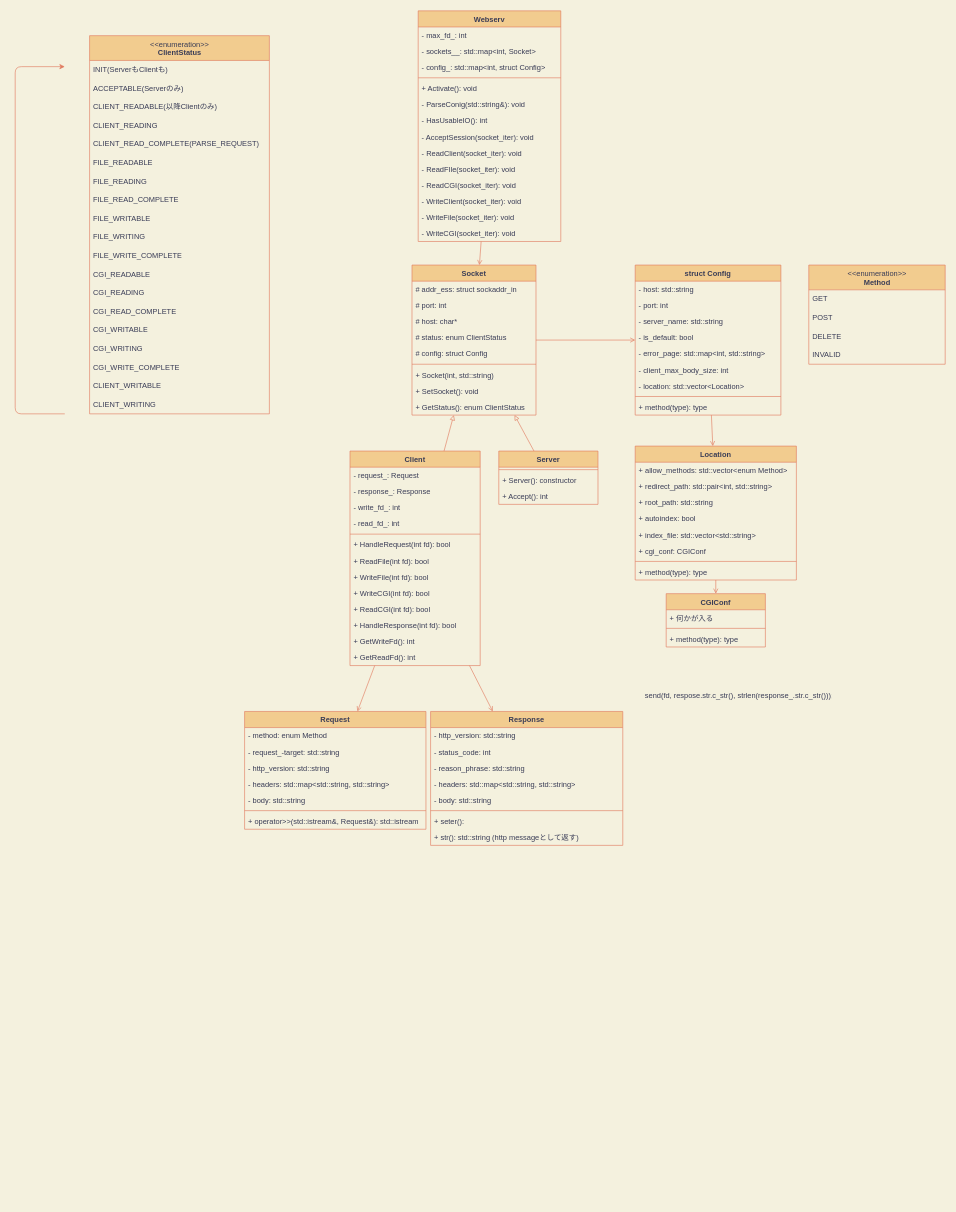
Above: docs/classes.dio in tkomatsu/webserv (draw.io), before the change. Source tidied: cells renumbered, new cells numbered last; positions are measured from the earlier drawing's top-left corner, leaving out a move shared by most shapes. Both pictures are drawn from the tidied source at 62%, with x=0, y=0 at pixel (15, 11).
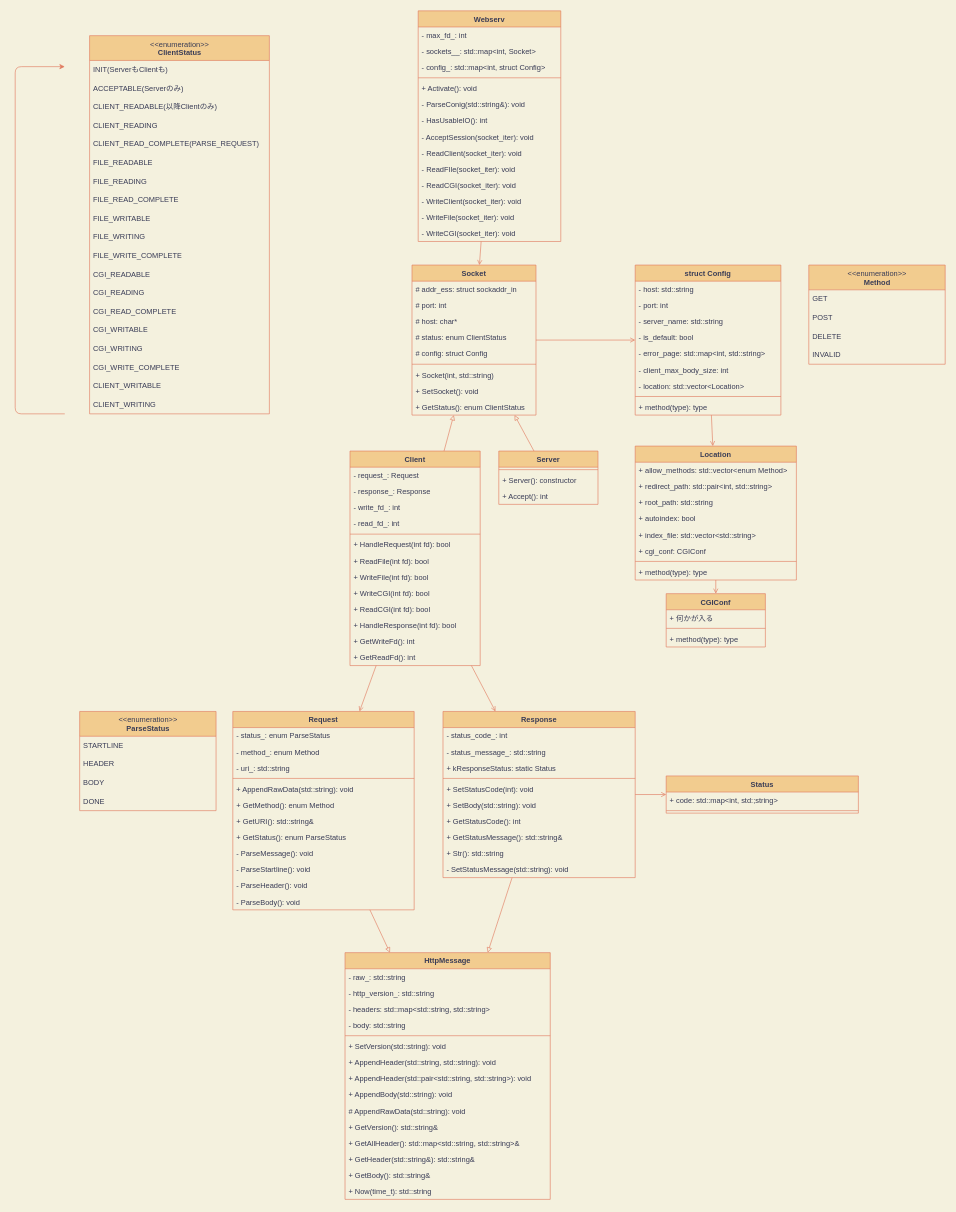
Above is the later version.

Commit message (it also covers changes not shown here):
docs(classes.dio): fix HttpMessage, Request ans Response classes

Diff of the diagram source:
```diff
@@
     <mxCell id="12" value="Request" style="swimlane;fontStyle=1;align=center;verticalAlign=top;horizontal=1;startSize=26;fillColor=#F2CC8F;strokeColor=#E07A5F;fontColor=#393C56;" parent="1" vertex="1">
-      <mxGeometry x="370" y="1130" width="292.5" height="190" as="geometry" />
+      <mxGeometry x="351" y="1130" width="292.5" height="320" as="geometry" />
     </mxCell>
-    <mxCell id="13" value="- method: enum Method" style="text;strokeColor=none;fillColor=none;align=left;verticalAlign=top;spacingLeft=4;spacingRight=4;overflow=hidden;fontColor=#393C56;" parent="12" vertex="1">
+    <mxCell id="13" value="- status_: enum ParseStatus" style="text;strokeColor=none;fillColor=none;align=left;verticalAlign=top;spacingLeft=4;spacingRight=4;overflow=hidden;fontColor=#393C56;" parent="12" vertex="1">
       <mxGeometry y="26" width="292.5" height="26" as="geometry" />
     </mxCell>
-    <mxCell id="14" value="- request_-target: std::string" style="text;strokeColor=none;fillColor=none;align=left;verticalAlign=top;spacingLeft=4;spacingRight=4;overflow=hidden;fontColor=#393C56;" parent="12" vertex="1">
+    <mxCell id="14" value="- method_: enum Method" style="text;strokeColor=none;fillColor=none;align=left;verticalAlign=top;spacingLeft=4;spacingRight=4;overflow=hidden;fontColor=#393C56;" parent="12" vertex="1">
       <mxGeometry y="52" width="292.5" height="26" as="geometry" />
     </mxCell>
-    <mxCell id="15" value="- http_version: std::string" style="text;strokeColor=none;fillColor=none;align=left;verticalAlign=top;spacingLeft=4;spacingRight=4;overflow=hidden;fontColor=#393C56;" parent="12" vertex="1">
+    <mxCell id="15" value="- uri_: std::string" style="text;strokeColor=none;fillColor=none;align=left;verticalAlign=top;spacingLeft=4;spacingRight=4;overflow=hidden;fontColor=#393C56;" parent="12" vertex="1">
       <mxGeometry y="78" width="292.5" height="26" as="geometry" />
     </mxCell>
-    <mxCell id="16" value="- headers: std::map&lt;std::string, std::string&gt;" style="text;strokeColor=none;fillColor=none;align=left;verticalAlign=top;spacingLeft=4;spacingRight=4;overflow=hidden;fontColor=#393C56;" parent="12" vertex="1">
-      <mxGeometry y="104" width="292.5" height="26" as="geometry" />
-    </mxCell>
-    <mxCell id="17" value="- body: std::string" style="text;strokeColor=none;fillColor=none;align=left;verticalAlign=top;spacingLeft=4;spacingRight=4;overflow=hidden;fontColor=#393C56;" parent="12" vertex="1">
-      <mxGeometry y="130" width="292.5" height="26" as="geometry" />
-    </mxCell>
     <mxCell id="18" style="line;strokeWidth=1;fillColor=none;align=left;verticalAlign=middle;spacingTop=-1;spacingLeft=3;spacingRight=3;labelPosition=right;labelBackgroundColor=#F4F1DE;strokeColor=#E07A5F;fontColor=#393C56;" parent="12" vertex="1">
-      <mxGeometry y="156" width="292.5" height="8" as="geometry" />
+      <mxGeometry y="104" width="292.5" height="8" as="geometry" />
     </mxCell>
+    <mxCell id="120" value="+ AppendRawData(std::string): void" style="text;strokeColor=none;fillColor=none;align=left;verticalAlign=top;spacingLeft=4;spacingRight=4;overflow=hidden;fontColor=#393C56;" parent="12" vertex="1">
+      <mxGeometry y="112" width="292.5" height="26" as="geometry" />
+    </mxCell>
+    <mxCell id="121" value="+ GetMethod(): enum Method" style="text;strokeColor=none;fillColor=none;align=left;verticalAlign=top;spacingLeft=4;spacingRight=4;overflow=hidden;fontColor=#393C56;" parent="12" vertex="1">
+      <mxGeometry y="138" width="292.5" height="26" as="geometry" />
+    </mxCell>
+    <mxCell id="122" value="+ GetURI(): std::string&amp;" style="text;strokeColor=none;fillColor=none;align=left;verticalAlign=top;spacingLeft=4;spacingRight=4;overflow=hidden;fontColor=#393C56;" parent="12" vertex="1">
+      <mxGeometry y="164" width="292.5" height="26" as="geometry" />
+    </mxCell>
+    <mxCell id="123" value="+ GetStatus(): enum ParseStatus" style="text;strokeColor=none;fillColor=none;align=left;verticalAlign=top;spacingLeft=4;spacingRight=4;overflow=hidden;fontColor=#393C56;" parent="12" vertex="1">
+      <mxGeometry y="190" width="292.5" height="26" as="geometry" />
+    </mxCell>
+    <mxCell id="124" value="- ParseMessage(): void" style="text;strokeColor=none;fillColor=none;align=left;verticalAlign=top;spacingLeft=4;spacingRight=4;overflow=hidden;fontColor=#393C56;" parent="12" vertex="1">
+      <mxGeometry y="216" width="292.5" height="26" as="geometry" />
+    </mxCell>
+    <mxCell id="125" value="- ParseStartline(): void" style="text;strokeColor=none;fillColor=none;align=left;verticalAlign=top;spacingLeft=4;spacingRight=4;overflow=hidden;fontColor=#393C56;" parent="12" vertex="1">
+      <mxGeometry y="242" width="292.5" height="26" as="geometry" />
+    </mxCell>
+    <mxCell id="126" value="- ParseHeader(): void" style="text;strokeColor=none;fillColor=none;align=left;verticalAlign=top;spacingLeft=4;spacingRight=4;overflow=hidden;fontColor=#393C56;" parent="12" vertex="1">
+      <mxGeometry y="268" width="292.5" height="26" as="geometry" />
+    </mxCell>
-    <mxCell id="19" value="+ operator&gt;&gt;(std::istream&amp;, Request&amp;): std::istream" style="text;strokeColor=none;fillColor=none;align=left;verticalAlign=top;spacingLeft=4;spacingRight=4;overflow=hidden;fontColor=#393C56;" parent="12" vertex="1">
-      <mxGeometry y="164" width="292.5" height="26" as="geometry" />
+    <mxCell id="19" value="- ParseBody(): void" style="text;strokeColor=none;fillColor=none;align=left;verticalAlign=top;spacingLeft=4;spacingRight=4;overflow=hidden;fontColor=#393C56;" parent="12" vertex="1">
+      <mxGeometry y="294" width="292.5" height="26" as="geometry" />
     </mxCell>
     <mxCell id="20" value="Response" style="swimlane;fontStyle=1;align=center;verticalAlign=top;horizontal=1;startSize=26;fillColor=#F2CC8F;strokeColor=#E07A5F;fontColor=#393C56;" parent="1" vertex="1">
-      <mxGeometry x="670" y="1130" width="310" height="216" as="geometry" />
+      <mxGeometry x="690" y="1130" width="310" height="268" as="geometry" />
     </mxCell>
-    <mxCell id="21" value="- http_version: std::string" style="text;strokeColor=none;fillColor=none;align=left;verticalAlign=top;spacingLeft=4;spacingRight=4;overflow=hidden;fontColor=#393C56;" parent="20" vertex="1">
-      <mxGeometry y="26" width="310" height="26" as="geometry" />
-    </mxCell>
-    <mxCell id="22" value="- status_code: int" style="text;strokeColor=none;fillColor=none;align=left;verticalAlign=top;spacingLeft=4;spacingRight=4;overflow=hidden;fontColor=#393C56;" parent="20" vertex="1">
-      <mxGeometry y="52" width="310" height="26" as="geometry" />
+    <mxCell id="22" value="- status_code_: int" style="text;strokeColor=none;fillColor=none;align=left;verticalAlign=top;spacingLeft=4;spacingRight=4;overflow=hidden;fontColor=#393C56;" parent="20" vertex="1">
+      <mxGeometry y="26" width="310" height="26" as="geometry" />
     </mxCell>
-    <mxCell id="23" value="- reason_phrase: std::string" style="text;strokeColor=none;fillColor=none;align=left;verticalAlign=top;spacingLeft=4;spacingRight=4;overflow=hidden;fontColor=#393C56;" parent="20" vertex="1">
-      <mxGeometry y="78" width="310" height="26" as="geometry" />
+    <mxCell id="23" value="- status_message_: std::string" style="text;strokeColor=none;fillColor=none;align=left;verticalAlign=top;spacingLeft=4;spacingRight=4;overflow=hidden;fontColor=#393C56;" parent="20" vertex="1">
+      <mxGeometry y="52" width="310" height="26" as="geometry" />
     </mxCell>
-    <mxCell id="24" value="- headers: std::map&lt;std::string, std::string&gt;" style="text;strokeColor=none;fillColor=none;align=left;verticalAlign=top;spacingLeft=4;spacingRight=4;overflow=hidden;fontColor=#393C56;" parent="20" vertex="1">
-      <mxGeometry y="104" width="310" height="26" as="geometry" />
-    </mxCell>
-    <mxCell id="25" value="- body: std::string" style="text;strokeColor=none;fillColor=none;align=left;verticalAlign=top;spacingLeft=4;spacingRight=4;overflow=hidden;fontColor=#393C56;" parent="20" vertex="1">
-      <mxGeometry y="130" width="310" height="26" as="geometry" />
-    </mxCell>
+    <mxCell id="127" value="+ kResponseStatus: static Status " style="text;strokeColor=none;fillColor=none;align=left;verticalAlign=top;spacingLeft=4;spacingRight=4;overflow=hidden;fontColor=#393C56;" parent="20" vertex="1">
+      <mxGeometry y="78" width="310" height="26" as="geometry" />
+    </mxCell>
     <mxCell id="26" style="line;strokeWidth=1;fillColor=none;align=left;verticalAlign=middle;spacingTop=-1;spacingLeft=3;spacingRight=3;labelPosition=right;labelBackgroundColor=#F4F1DE;strokeColor=#E07A5F;fontColor=#393C56;" parent="20" vertex="1">
-      <mxGeometry y="156" width="310" height="8" as="geometry" />
+      <mxGeometry y="104" width="310" height="8" as="geometry" />
     </mxCell>
-    <mxCell id="27" value="+ seter():" style="text;strokeColor=none;fillColor=none;align=left;verticalAlign=top;spacingLeft=4;spacingRight=4;overflow=hidden;fontColor=#393C56;" parent="20" vertex="1">
-      <mxGeometry y="164" width="310" height="26" as="geometry" />
+    <mxCell id="27" value="+ SetStatusCode(int): void" style="text;strokeColor=none;fillColor=none;align=left;verticalAlign=top;spacingLeft=4;spacingRight=4;overflow=hidden;fontColor=#393C56;" parent="20" vertex="1">
+      <mxGeometry y="112" width="310" height="26" as="geometry" />
     </mxCell>
+    <mxCell id="128" value="+ SetBody(std::string): void" style="text;strokeColor=none;fillColor=none;align=left;verticalAlign=top;spacingLeft=4;spacingRight=4;overflow=hidden;fontColor=#393C56;" parent="20" vertex="1">
+      <mxGeometry y="138" width="310" height="26" as="geometry" />
+    </mxCell>
+    <mxCell id="129" value="+ GetStatusCode(): int" style="text;strokeColor=none;fillColor=none;align=left;verticalAlign=top;spacingLeft=4;spacingRight=4;overflow=hidden;fontColor=#393C56;" parent="20" vertex="1">
+      <mxGeometry y="164" width="310" height="26" as="geometry" />
+    </mxCell>
+    <mxCell id="130" value="+ GetStatusMessage(): std::string&amp;" style="text;strokeColor=none;fillColor=none;align=left;verticalAlign=top;spacingLeft=4;spacingRight=4;overflow=hidden;fontColor=#393C56;" parent="20" vertex="1">
+      <mxGeometry y="190" width="310" height="26" as="geometry" />
+    </mxCell>
+    <mxCell id="131" value="+ Str(): std::string" style="text;strokeColor=none;fillColor=none;align=left;verticalAlign=top;spacingLeft=4;spacingRight=4;overflow=hidden;fontColor=#393C56;" parent="20" vertex="1">
+      <mxGeometry y="216" width="310" height="26" as="geometry" />
+    </mxCell>
-    <mxCell id="28" value="+ str(): std::string (http messageとして返す)" style="text;strokeColor=none;fillColor=none;align=left;verticalAlign=top;spacingLeft=4;spacingRight=4;overflow=hidden;fontColor=#393C56;" parent="20" vertex="1">
-      <mxGeometry y="190" width="310" height="26" as="geometry" />
+    <mxCell id="28" value="- SetStatusMessage(std::string): void" style="text;strokeColor=none;fillColor=none;align=left;verticalAlign=top;spacingLeft=4;spacingRight=4;overflow=hidden;fontColor=#393C56;" parent="20" vertex="1">
+      <mxGeometry y="242" width="310" height="26" as="geometry" />
     </mxCell>
@@
-    <mxCell id="119" value="send(fd, respose.str.c_str(), strlen(response_.str.c_str()));" style="text;strokeColor=none;fillColor=none;align=left;verticalAlign=top;spacingLeft=4;spacingRight=4;overflow=hidden;fontColor=#393C56;" parent="1" vertex="1">
-      <mxGeometry x="1010" y="1090" width="310" height="30" as="geometry" />
-    </mxCell>
+    <mxCell id="132" value="HttpMessage" style="swimlane;fontStyle=1;align=center;verticalAlign=top;horizontal=1;startSize=26;fillColor=#F2CC8F;strokeColor=#E07A5F;fontColor=#393C56;" parent="1" vertex="1">
+      <mxGeometry x="532" y="1519" width="331" height="398" as="geometry" />
+    </mxCell>
+    <mxCell id="133" value="- raw_: std::string" style="text;strokeColor=none;fillColor=none;align=left;verticalAlign=top;spacingLeft=4;spacingRight=4;overflow=hidden;fontColor=#393C56;" parent="132" vertex="1">
+      <mxGeometry y="26" width="331" height="26" as="geometry" />
+    </mxCell>
+    <mxCell id="134" value="- http_version_: std::string" style="text;strokeColor=none;fillColor=none;align=left;verticalAlign=top;spacingLeft=4;spacingRight=4;overflow=hidden;fontColor=#393C56;" parent="132" vertex="1">
+      <mxGeometry y="52" width="331" height="26" as="geometry" />
+    </mxCell>
+    <mxCell id="135" value="- headers: std::map&lt;std::string, std::string&gt;" style="text;strokeColor=none;fillColor=none;align=left;verticalAlign=top;spacingLeft=4;spacingRight=4;overflow=hidden;fontColor=#393C56;" parent="132" vertex="1">
+      <mxGeometry y="78" width="331" height="26" as="geometry" />
+    </mxCell>
+    <mxCell id="136" value="- body: std::string" style="text;strokeColor=none;fillColor=none;align=left;verticalAlign=top;spacingLeft=4;spacingRight=4;overflow=hidden;fontColor=#393C56;" parent="132" vertex="1">
+      <mxGeometry y="104" width="331" height="26" as="geometry" />
+    </mxCell>
+    <mxCell id="137" style="line;strokeWidth=1;fillColor=none;align=left;verticalAlign=middle;spacingTop=-1;spacingLeft=3;spacingRight=3;labelPosition=right;labelBackgroundColor=#F4F1DE;strokeColor=#E07A5F;fontColor=#393C56;" parent="132" vertex="1">
+      <mxGeometry y="130" width="331" height="8" as="geometry" />
+    </mxCell>
+    <mxCell id="138" value="+ SetVersion(std::string): void" style="text;strokeColor=none;fillColor=none;align=left;verticalAlign=top;spacingLeft=4;spacingRight=4;overflow=hidden;fontColor=#393C56;" parent="132" vertex="1">
+      <mxGeometry y="138" width="331" height="26" as="geometry" />
+    </mxCell>
+    <mxCell id="139" value="+ AppendHeader(std::string, std::string): void" style="text;strokeColor=none;fillColor=none;align=left;verticalAlign=top;spacingLeft=4;spacingRight=4;overflow=hidden;fontColor=#393C56;" parent="132" vertex="1">
+      <mxGeometry y="164" width="331" height="26" as="geometry" />
+    </mxCell>
+    <mxCell id="140" value="+ AppendHeader(std::pair&lt;std::string, std::string&gt;): void" style="text;strokeColor=none;fillColor=none;align=left;verticalAlign=top;spacingLeft=4;spacingRight=4;overflow=hidden;fontColor=#393C56;" parent="132" vertex="1">
+      <mxGeometry y="190" width="331" height="26" as="geometry" />
+    </mxCell>
+    <mxCell id="141" value="+ AppendBody(std::string): void" style="text;strokeColor=none;fillColor=none;align=left;verticalAlign=top;spacingLeft=4;spacingRight=4;overflow=hidden;fontColor=#393C56;" parent="132" vertex="1">
+      <mxGeometry y="216" width="331" height="26" as="geometry" />
+    </mxCell>
+    <mxCell id="142" value="# AppendRawData(std::string): void" style="text;strokeColor=none;fillColor=none;align=left;verticalAlign=top;spacingLeft=4;spacingRight=4;overflow=hidden;fontColor=#393C56;" parent="132" vertex="1">
+      <mxGeometry y="242" width="331" height="26" as="geometry" />
+    </mxCell>
+    <mxCell id="143" value="+ GetVersion(): std::string&amp;" style="text;strokeColor=none;fillColor=none;align=left;verticalAlign=top;spacingLeft=4;spacingRight=4;overflow=hidden;fontColor=#393C56;" parent="132" vertex="1">
+      <mxGeometry y="268" width="331" height="26" as="geometry" />
+    </mxCell>
+    <mxCell id="144" value="+ GetAllHeader(): std::map&lt;std::string, std::string&gt;&amp;" style="text;strokeColor=none;fillColor=none;align=left;verticalAlign=top;spacingLeft=4;spacingRight=4;overflow=hidden;fontColor=#393C56;" parent="132" vertex="1">
+      <mxGeometry y="294" width="331" height="26" as="geometry" />
+    </mxCell>
+    <mxCell id="145" value="+ GetHeader(std::string&amp;): std::string&amp;" style="text;strokeColor=none;fillColor=none;align=left;verticalAlign=top;spacingLeft=4;spacingRight=4;overflow=hidden;fontColor=#393C56;" parent="132" vertex="1">
+      <mxGeometry y="320" width="331" height="26" as="geometry" />
+    </mxCell>
+    <mxCell id="146" value="+ GetBody(): std::string&amp;" style="text;strokeColor=none;fillColor=none;align=left;verticalAlign=top;spacingLeft=4;spacingRight=4;overflow=hidden;fontColor=#393C56;" parent="132" vertex="1">
+      <mxGeometry y="346" width="331" height="26" as="geometry" />
+    </mxCell>
+    <mxCell id="147" value="+ Now(time_t): std::string" style="text;strokeColor=none;fillColor=none;align=left;verticalAlign=top;spacingLeft=4;spacingRight=4;overflow=hidden;fontColor=#393C56;" parent="132" vertex="1">
+      <mxGeometry y="372" width="331" height="26" as="geometry" />
+    </mxCell>
+    <mxCell id="148" style="endArrow=block;html=1;endFill=0;labelBackgroundColor=#F4F1DE;strokeColor=#E07A5F;fontColor=#393C56;" parent="1" edge="1" source="20" target="132">
+      <mxGeometry relative="1" as="geometry" />
+    </mxCell>
+    <mxCell id="149" style="endArrow=block;html=1;endFill=0;labelBackgroundColor=#F4F1DE;strokeColor=#E07A5F;fontColor=#393C56;" parent="1" edge="1" source="12" target="132">
+      <mxGeometry relative="1" as="geometry" />
+    </mxCell>
+    <mxCell id="150" value="Status" style="swimlane;fontStyle=1;align=center;verticalAlign=top;horizontal=1;startSize=26;fillColor=#F2CC8F;strokeColor=#E07A5F;fontColor=#393C56;" parent="1" vertex="1">
+      <mxGeometry x="1050" y="1234" width="310" height="60" as="geometry" />
+    </mxCell>
+    <mxCell id="151" value="+ code: std::map&lt;int, std:;string&gt;" style="text;strokeColor=none;fillColor=none;align=left;verticalAlign=top;spacingLeft=4;spacingRight=4;overflow=hidden;fontColor=#393C56;" parent="150" vertex="1">
+      <mxGeometry y="26" width="310" height="26" as="geometry" />
+    </mxCell>
+    <mxCell id="152" style="line;strokeWidth=1;fillColor=none;align=left;verticalAlign=middle;spacingTop=-1;spacingLeft=3;spacingRight=3;labelPosition=right;labelBackgroundColor=#F4F1DE;strokeColor=#E07A5F;fontColor=#393C56;" parent="150" vertex="1">
+      <mxGeometry y="52" width="310" height="8" as="geometry" />
+    </mxCell>
+    <mxCell id="153" style="endArrow=open;html=1;endFill=0;labelBackgroundColor=#F4F1DE;strokeColor=#E07A5F;fontColor=#393C56;" parent="1" edge="1" source="20" target="150">
+      <mxGeometry relative="1" as="geometry" />
+    </mxCell>
+    <mxCell id="154" value="&amp;lt;&amp;lt;enumeration&amp;gt;&amp;gt;&lt;br&gt;&lt;b&gt;ParseStatus&lt;/b&gt;" style="swimlane;fontStyle=0;align=center;verticalAlign=top;horizontal=1;startSize=40;html=1;fillColor=#F2CC8F;strokeColor=#E07A5F;fontColor=#393C56;" parent="1" vertex="1">
+      <mxGeometry x="104" y="1130" width="220" height="160" as="geometry" />
+    </mxCell>
+    <mxCell id="155" value="STARTLINE" style="text;html=1;strokeColor=none;fillColor=none;align=left;verticalAlign=middle;spacingLeft=4;spacingRight=4;overflow=hidden;fontColor=#393C56;" parent="154" vertex="1">
+      <mxGeometry y="40" width="220" height="30" as="geometry" />
+    </mxCell>
+    <mxCell id="156" value="HEADER" style="text;html=1;strokeColor=none;fillColor=none;align=left;verticalAlign=middle;spacingLeft=4;spacingRight=4;overflow=hidden;fontColor=#393C56;" parent="154" vertex="1">
+      <mxGeometry y="70" width="220" height="30" as="geometry" />
+    </mxCell>
+    <mxCell id="157" value="BODY" style="text;html=1;strokeColor=none;fillColor=none;align=left;verticalAlign=middle;spacingLeft=4;spacingRight=4;overflow=hidden;fontColor=#393C56;" parent="154" vertex="1">
+      <mxGeometry y="100" width="220" height="30" as="geometry" />
+    </mxCell>
+    <mxCell id="158" value="DONE" style="text;html=1;strokeColor=none;fillColor=none;align=left;verticalAlign=middle;spacingLeft=4;spacingRight=4;overflow=hidden;fontColor=#393C56;" parent="154" vertex="1">
+      <mxGeometry y="130" width="220" height="30" as="geometry" />
+    </mxCell>
```
